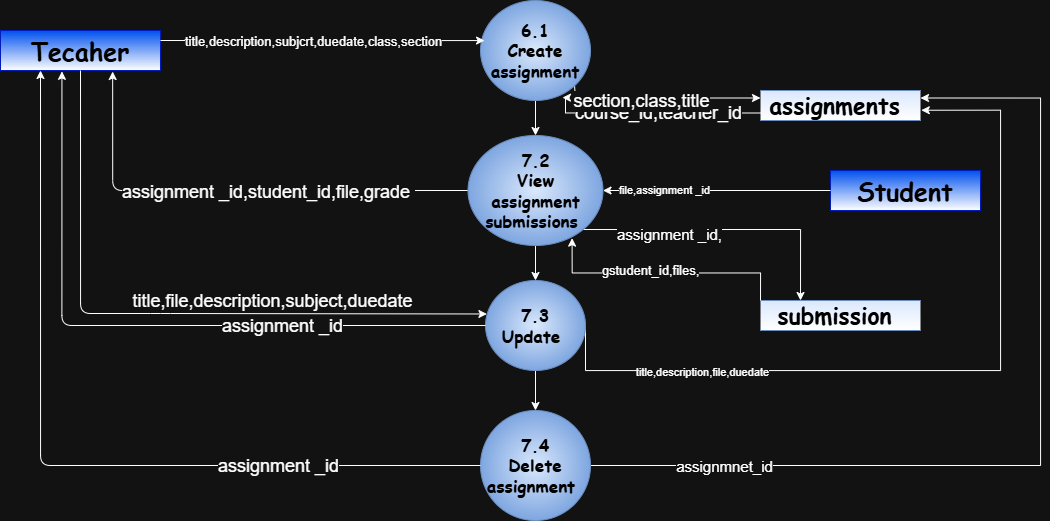
This is Dfd(SMS)/Dfd-2ndlevel(assignmmnetmodule).drawio.png from tandelmaitri11/School-Management-System, a draw.io export, as it was before one commit. Source tidied: cells renumbered, new cells last; positions are measured from the earlier drawing's top-left corner, leaving out a move shared by most shapes.
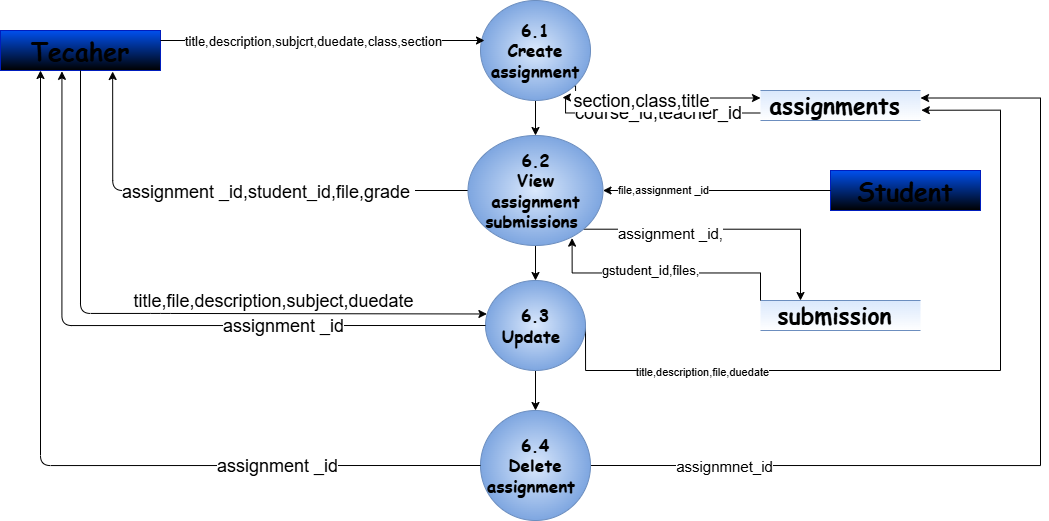
The same file after the commit.

The edit, as a diff of the source:
```diff
@@ -80,7 +80,7 @@
         <mxPoint x="1" as="offset" />
       </mxGeometry>
     </mxCell>
-    <mxCell id="21" value="7.2&lt;div&gt;View assignment submissions&amp;nbsp;&lt;/div&gt;" style="ellipse;whiteSpace=wrap;html=1;fillColor=#dae8fc;strokeColor=#6c8ebf;gradientDirection=radial;fontStyle=1;fontFamily=Comic Sans MS;fontSize=17;gradientColor=#7ea6e0;fontColor=#000000;" parent="1" vertex="1">
+    <mxCell id="21" value="6.2&lt;div&gt;View assignment submissions&amp;nbsp;&lt;/div&gt;" style="ellipse;whiteSpace=wrap;html=1;fillColor=#dae8fc;strokeColor=#6c8ebf;gradientDirection=radial;fontStyle=1;fontFamily=Comic Sans MS;fontSize=17;gradientColor=#7ea6e0;fontColor=#000000;" parent="1" vertex="1">
       <mxGeometry x="467.5" y="135" width="135" height="110" as="geometry" />
     </mxCell>
     <mxCell id="22" style="edgeStyle=orthogonalEdgeStyle;rounded=0;jettySize=auto;html=1;exitX=0.5;exitY=1;exitDx=0;exitDy=0;entryX=0.5;entryY=0;entryDx=0;entryDy=0;" parent="1" edge="1" source="25" target="28">
@@ -98,7 +98,7 @@
     <mxCell id="24" value="title,description,file,duedate" style="edgeLabel;html=1;align=center;verticalAlign=middle;" parent="23" vertex="1">
       <mxGeometry x="-0.6" y="-1" relative="1" as="geometry" />
     </mxCell>
-    <mxCell id="25" value="&lt;font color=&quot;#000000&quot;&gt;7.3&lt;/font&gt;&lt;div&gt;&lt;span style=&quot;color: rgb(0, 0, 0); background-color: transparent;&quot;&gt;Update&amp;nbsp;&lt;/span&gt;&lt;/div&gt;" style="ellipse;whiteSpace=wrap;html=1;fillColor=#dae8fc;strokeColor=#6c8ebf;gradientDirection=radial;fontStyle=1;fontFamily=Comic Sans MS;fontSize=17;gradientColor=#7ea6e0;fontColor=#000000;" parent="1" vertex="1">
+    <mxCell id="25" value="&lt;font color=&quot;#000000&quot;&gt;6.3&lt;/font&gt;&lt;div&gt;&lt;span style=&quot;color: rgb(0, 0, 0); background-color: transparent;&quot;&gt;Update&amp;nbsp;&lt;/span&gt;&lt;/div&gt;" style="ellipse;whiteSpace=wrap;html=1;fillColor=#dae8fc;strokeColor=#6c8ebf;gradientDirection=radial;fontStyle=1;fontFamily=Comic Sans MS;fontSize=17;gradientColor=#7ea6e0;fontColor=#000000;" parent="1" vertex="1">
       <mxGeometry x="485" y="280" width="100" height="90" as="geometry" />
     </mxCell>
     <mxCell id="26" style="edgeStyle=orthogonalEdgeStyle;rounded=0;jettySize=auto;html=1;exitX=1;exitY=0.5;exitDx=0;exitDy=0;entryX=1;entryY=0.25;entryDx=0;entryDy=0;" parent="1" edge="1" source="28" target="5">
@@ -112,7 +112,7 @@
     <mxCell id="27" value="&lt;font style=&quot;font-size: 15px;&quot;&gt;assignmnet_id&lt;/font&gt;" style="edgeLabel;html=1;align=center;verticalAlign=middle;" parent="26" vertex="1">
       <mxGeometry x="-0.72" relative="1" as="geometry" />
     </mxCell>
-    <mxCell id="28" value="&lt;font style=&quot;color: rgb(0, 0, 0);&quot;&gt;7.4&lt;/font&gt;&lt;div&gt;&lt;span style=&quot;color: rgb(0, 0, 0); background-color: transparent;&quot;&gt;Delete assignment&amp;nbsp;&lt;/span&gt;&lt;/div&gt;" style="ellipse;whiteSpace=wrap;html=1;fillColor=#dae8fc;strokeColor=#6c8ebf;gradientDirection=radial;fontStyle=1;fontFamily=Comic Sans MS;fontSize=17;gradientColor=#7ea6e0;fontColor=#000000;" parent="1" vertex="1">
+    <mxCell id="28" value="&lt;font style=&quot;color: rgb(0, 0, 0);&quot;&gt;6.4&lt;/font&gt;&lt;div&gt;&lt;span style=&quot;color: rgb(0, 0, 0); background-color: transparent;&quot;&gt;Delete assignment&amp;nbsp;&lt;/span&gt;&lt;/div&gt;" style="ellipse;whiteSpace=wrap;html=1;fillColor=#dae8fc;strokeColor=#6c8ebf;gradientDirection=radial;fontStyle=1;fontFamily=Comic Sans MS;fontSize=17;gradientColor=#7ea6e0;fontColor=#000000;" parent="1" vertex="1">
       <mxGeometry x="480" y="410" width="110" height="110" as="geometry" />
     </mxCell>
     <mxCell id="29" style="edgeStyle=orthogonalEdgeStyle;rounded=1;jettySize=auto;html=1;exitX=0.5;exitY=1;exitDx=0;exitDy=0;entryX=0.014;entryY=0.372;entryDx=0;entryDy=0;entryPerimeter=0;curved=0;" parent="1" edge="1" source="10" target="25">
```
